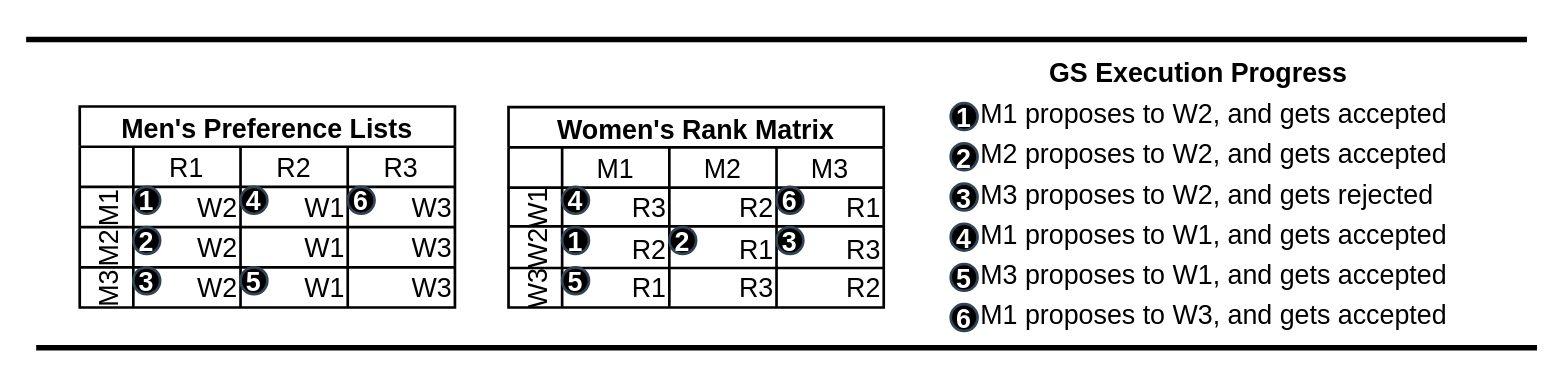
victorliu-sq/BambooSMP-Figures keeps this draw.io diagram as GSExecution.drawio. Above is the earlier version. Source tidied: cells renumbered, new cells numbered last; positions are measured from the earlier drawing's top-left corner, leaving out a move shared by most shapes. Both pictures are drawn from the tidied source at 134%, with x=0, y=0 at pixel (25, 39).
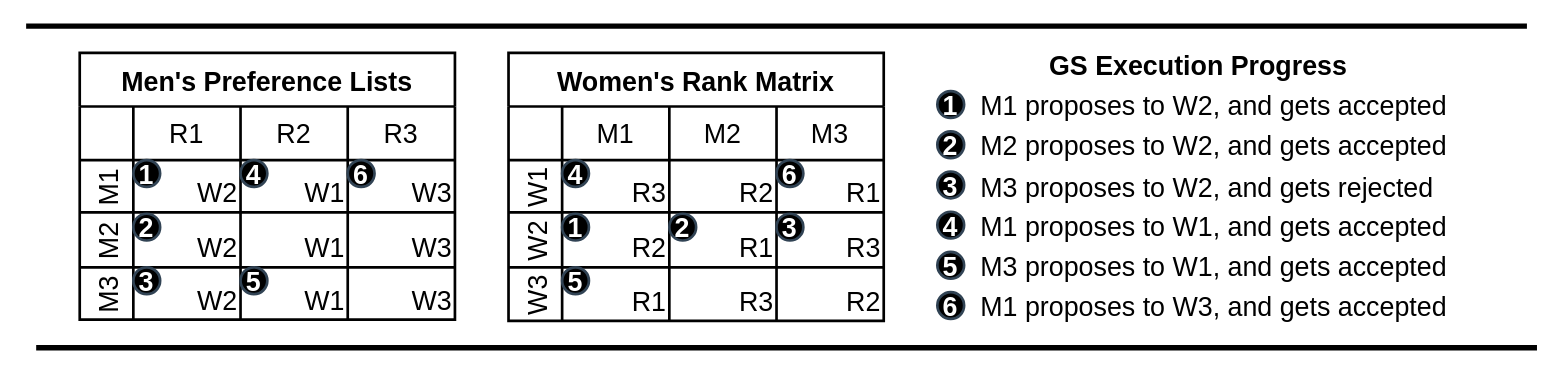
After the change.

Change to the diagram source:
```diff
@@
-    <mxCell id="2" value="Men's Preference Lists" style="shape=table;startSize=30;childLayout=tableLayout;resizeLastRow=0;fontStyle=1;fontSize=20;strokeWidth=2;" parent="1" vertex="1">
-      <mxGeometry x="40" y="50" width="280" height="150" as="geometry" />
+    <mxCell id="2" value="Men's Preference Lists" style="shape=table;startSize=40;childLayout=tableLayout;resizeLastRow=0;fontStyle=1;fontSize=20;strokeWidth=2;" parent="1" vertex="1">
+      <mxGeometry x="40" y="10" width="280" height="199" as="geometry" />
     </mxCell>
     <mxCell id="3" style="shape=tableRow;horizontal=0;startSize=40;swimlaneHead=0;swimlaneBody=0;strokeColor=inherit;top=0;left=0;bottom=0;right=0;fillColor=none;fontSize=20;strokeWidth=2;" parent="2" vertex="1">
-      <mxGeometry y="30" width="280" height="30" as="geometry" />
+      <mxGeometry y="40" width="280" height="40" as="geometry" />
     </mxCell>
     <mxCell id="4" value="R1" style="shape=partialRectangle;html=1;whiteSpace=wrap;strokeColor=inherit;overflow=hidden;fillColor=none;top=0;left=0;bottom=0;right=0;fontSize=20;strokeWidth=2;" parent="3" vertex="1">
-      <mxGeometry x="40" width="80" height="30" as="geometry" />
+      <mxGeometry x="40" width="80" height="40" as="geometry" />
     </mxCell>
     <mxCell id="5" value="R2" style="shape=partialRectangle;html=1;whiteSpace=wrap;strokeColor=inherit;overflow=hidden;fillColor=none;top=0;left=0;bottom=0;right=0;fontSize=20;strokeWidth=2;" parent="3" vertex="1">
-      <mxGeometry x="120" width="80" height="30" as="geometry" />
+      <mxGeometry x="120" width="80" height="40" as="geometry" />
     </mxCell>
     <mxCell id="6" value="R3" style="shape=partialRectangle;html=1;whiteSpace=wrap;strokeColor=inherit;overflow=hidden;fillColor=none;top=0;left=0;bottom=0;right=0;strokeWidth=2;fontSize=20;" parent="3" vertex="1">
-      <mxGeometry x="200" width="80" height="30" as="geometry" />
+      <mxGeometry x="200" width="80" height="40" as="geometry" />
     </mxCell>
     <mxCell id="7" value="M1" style="shape=tableRow;horizontal=0;startSize=40;swimlaneHead=0;swimlaneBody=0;strokeColor=inherit;top=0;left=0;bottom=0;right=0;fillColor=none;fontSize=20;strokeWidth=2;" parent="2" vertex="1">
-      <mxGeometry y="60" width="280" height="30" as="geometry" />
+      <mxGeometry y="80" width="280" height="39" as="geometry" />
     </mxCell>
     <mxCell id="8" value="W2" style="shape=partialRectangle;html=1;whiteSpace=wrap;overflow=hidden;top=0;left=0;bottom=0;right=0;strokeColor=default;fillColor=none;fontSize=20;strokeWidth=2;verticalAlign=bottom;align=right;" parent="7" vertex="1">
-      <mxGeometry x="40" width="80" height="30" as="geometry" />
+      <mxGeometry x="40" width="80" height="39" as="geometry" />
     </mxCell>
     <mxCell id="9" value="W1" style="shape=partialRectangle;html=1;whiteSpace=wrap;overflow=hidden;top=0;left=0;bottom=0;right=0;fillColor=none;labelBackgroundColor=none;labelBorderColor=none;strokeColor=default;shadow=0;backgroundOutline=0;fontSize=20;strokeWidth=2;verticalAlign=bottom;align=right;" parent="7" vertex="1">
-      <mxGeometry x="120" width="80" height="30" as="geometry" />
+      <mxGeometry x="120" width="80" height="39" as="geometry" />
     </mxCell>
     <mxCell id="10" value="W3" style="shape=partialRectangle;html=1;whiteSpace=wrap;overflow=hidden;top=0;left=0;bottom=0;right=0;fillColor=none;fontSize=20;strokeWidth=2;verticalAlign=bottom;align=right;" parent="7" vertex="1">
-      <mxGeometry x="200" width="80" height="30" as="geometry" />
+      <mxGeometry x="200" width="80" height="39" as="geometry" />
     </mxCell>
     <mxCell id="11" value="M2" style="shape=tableRow;horizontal=0;startSize=40;swimlaneHead=0;swimlaneBody=0;strokeColor=inherit;top=0;left=0;bottom=0;right=0;fillColor=none;fontSize=20;strokeWidth=2;" parent="2" vertex="1">
-      <mxGeometry y="90" width="280" height="30" as="geometry" />
+      <mxGeometry y="119" width="280" height="41" as="geometry" />
     </mxCell>
     <mxCell id="12" value="W2" style="shape=partialRectangle;html=1;whiteSpace=wrap;overflow=hidden;top=0;left=0;bottom=0;right=0;strokeOpacity=100;fillColor=none;fontSize=20;strokeWidth=2;verticalAlign=bottom;align=right;" parent="11" vertex="1">
-      <mxGeometry x="40" width="80" height="30" as="geometry" />
+      <mxGeometry x="40" width="80" height="41" as="geometry" />
     </mxCell>
     <mxCell id="13" value="W1" style="shape=partialRectangle;html=1;whiteSpace=wrap;strokeColor=inherit;overflow=hidden;fillColor=none;top=0;left=0;bottom=0;right=0;fontSize=20;strokeWidth=2;verticalAlign=bottom;align=right;" parent="11" vertex="1">
-      <mxGeometry x="120" width="80" height="30" as="geometry" />
+      <mxGeometry x="120" width="80" height="41" as="geometry" />
     </mxCell>
     <mxCell id="14" value="W3" style="shape=partialRectangle;html=1;whiteSpace=wrap;strokeColor=inherit;overflow=hidden;fillColor=none;top=0;left=0;bottom=0;right=0;fontSize=20;strokeWidth=2;verticalAlign=bottom;align=right;" parent="11" vertex="1">
-      <mxGeometry x="200" width="80" height="30" as="geometry" />
+      <mxGeometry x="200" width="80" height="41" as="geometry" />
     </mxCell>
     <mxCell id="15" value="M3" style="shape=tableRow;horizontal=0;startSize=40;swimlaneHead=0;swimlaneBody=0;strokeColor=inherit;top=0;left=0;bottom=0;right=0;fillColor=none;fontSize=20;strokeWidth=2;" parent="2" vertex="1">
-      <mxGeometry y="120" width="280" height="30" as="geometry" />
+      <mxGeometry y="160" width="280" height="39" as="geometry" />
     </mxCell>
     <mxCell id="16" value="W2" style="shape=partialRectangle;html=1;whiteSpace=wrap;overflow=hidden;top=0;left=0;bottom=0;right=0;fillColor=none;fontSize=20;strokeWidth=2;verticalAlign=bottom;align=right;" parent="15" vertex="1">
-      <mxGeometry x="40" width="80" height="30" as="geometry" />
+      <mxGeometry x="40" width="80" height="39" as="geometry" />
     </mxCell>
     <mxCell id="17" value="W1" style="shape=partialRectangle;html=1;whiteSpace=wrap;overflow=hidden;top=0;left=0;bottom=0;right=0;fillColor=none;fontSize=20;strokeWidth=2;verticalAlign=bottom;align=right;" parent="15" vertex="1">
-      <mxGeometry x="120" width="80" height="30" as="geometry" />
+      <mxGeometry x="120" width="80" height="39" as="geometry" />
     </mxCell>
     <mxCell id="18" value="W3" style="shape=partialRectangle;html=1;whiteSpace=wrap;strokeColor=inherit;overflow=hidden;fillColor=none;top=0;left=0;bottom=0;right=0;fontSize=20;strokeWidth=2;verticalAlign=bottom;align=right;" parent="15" vertex="1">
-      <mxGeometry x="200" width="80" height="30" as="geometry" />
+      <mxGeometry x="200" width="80" height="39" as="geometry" />
     </mxCell>
-    <mxCell id="19" value="Women's Rank Matrix" style="shape=table;startSize=30;childLayout=tableLayout;resizeLastRow=0;fontStyle=1;fontSize=20;strokeWidth=2;" parent="1" vertex="1">
-      <mxGeometry x="360" y="50.5" width="280" height="149.5" as="geometry" />
+    <mxCell id="19" value="Women's Rank Matrix" style="shape=table;startSize=40;childLayout=tableLayout;resizeLastRow=0;fontStyle=1;fontSize=20;strokeWidth=2;" parent="1" vertex="1">
+      <mxGeometry x="360" y="10" width="280" height="200" as="geometry" />
     </mxCell>
     <mxCell id="20" style="shape=tableRow;horizontal=0;startSize=40;swimlaneHead=0;swimlaneBody=0;strokeColor=inherit;top=0;left=0;bottom=0;right=0;fillColor=none;fontSize=20;strokeWidth=2;" parent="19" vertex="1">
-      <mxGeometry y="30" width="280" height="30" as="geometry" />
+      <mxGeometry y="40" width="280" height="40" as="geometry" />
     </mxCell>
     <mxCell id="21" value="M1" style="shape=partialRectangle;html=1;whiteSpace=wrap;strokeColor=inherit;overflow=hidden;fillColor=none;top=0;left=0;bottom=0;right=0;fontSize=20;strokeWidth=2;" parent="20" vertex="1">
-      <mxGeometry x="40" width="80" height="30" as="geometry" />
+      <mxGeometry x="40" width="80" height="40" as="geometry" />
     </mxCell>
     <mxCell id="22" value="M2" style="shape=partialRectangle;html=1;whiteSpace=wrap;strokeColor=inherit;overflow=hidden;fillColor=none;top=0;left=0;bottom=0;right=0;fontSize=20;strokeWidth=2;" parent="20" vertex="1">
-      <mxGeometry x="120" width="80" height="30" as="geometry" />
+      <mxGeometry x="120" width="80" height="40" as="geometry" />
     </mxCell>
     <mxCell id="23" value="M3" style="shape=partialRectangle;html=1;whiteSpace=wrap;strokeColor=inherit;overflow=hidden;fillColor=none;top=0;left=0;bottom=0;right=0;strokeWidth=2;fontSize=20;" parent="20" vertex="1">
-      <mxGeometry x="200" width="80" height="30" as="geometry" />
+      <mxGeometry x="200" width="80" height="40" as="geometry" />
     </mxCell>
     <mxCell id="24" value="W1" style="shape=tableRow;horizontal=0;startSize=40;swimlaneHead=0;swimlaneBody=0;strokeColor=inherit;top=0;left=0;bottom=0;right=0;fillColor=none;fontSize=20;strokeWidth=2;" parent="19" vertex="1">
-      <mxGeometry y="60" width="280" height="29" as="geometry" />
+      <mxGeometry y="80" width="280" height="39" as="geometry" />
     </mxCell>
     <mxCell id="25" value="R3" style="shape=partialRectangle;html=1;whiteSpace=wrap;strokeColor=inherit;overflow=hidden;fillColor=none;top=0;left=0;bottom=0;right=0;fontSize=20;strokeWidth=2;verticalAlign=bottom;align=right;" parent="24" vertex="1">
-      <mxGeometry x="40" width="80" height="29" as="geometry" />
+      <mxGeometry x="40" width="80" height="39" as="geometry" />
     </mxCell>
     <mxCell id="26" value="R2" style="shape=partialRectangle;html=1;whiteSpace=wrap;strokeColor=inherit;overflow=hidden;fillColor=none;top=0;left=0;bottom=0;right=0;fontSize=20;strokeWidth=2;verticalAlign=bottom;align=right;" parent="24" vertex="1">
-      <mxGeometry x="120" width="80" height="29" as="geometry" />
+      <mxGeometry x="120" width="80" height="39" as="geometry" />
     </mxCell>
     <mxCell id="27" value="R1" style="shape=partialRectangle;html=1;whiteSpace=wrap;strokeColor=inherit;overflow=hidden;fillColor=none;top=0;left=0;bottom=0;right=0;fontSize=20;strokeWidth=2;verticalAlign=bottom;align=right;" parent="24" vertex="1">
-      <mxGeometry x="200" width="80" height="29" as="geometry" />
+      <mxGeometry x="200" width="80" height="39" as="geometry" />
     </mxCell>
     <mxCell id="28" value="W2" style="shape=tableRow;horizontal=0;startSize=40;swimlaneHead=0;swimlaneBody=0;strokeColor=inherit;top=0;left=0;bottom=0;right=0;fillColor=none;fontSize=20;strokeWidth=2;" parent="19" vertex="1">
-      <mxGeometry y="89" width="280" height="31" as="geometry" />
+      <mxGeometry y="119" width="280" height="41" as="geometry" />
     </mxCell>
     <mxCell id="29" value="R2" style="shape=partialRectangle;html=1;whiteSpace=wrap;strokeColor=inherit;overflow=hidden;fillColor=none;top=0;left=0;bottom=0;right=0;fontSize=20;strokeWidth=2;verticalAlign=bottom;align=right;" parent="28" vertex="1">
-      <mxGeometry x="40" width="80" height="31" as="geometry" />
+      <mxGeometry x="40" width="80" height="41" as="geometry" />
     </mxCell>
     <mxCell id="30" value="R1" style="shape=partialRectangle;html=1;whiteSpace=wrap;strokeColor=inherit;overflow=hidden;fillColor=none;top=0;left=0;bottom=0;right=0;fontSize=20;strokeWidth=2;verticalAlign=bottom;align=right;" parent="28" vertex="1">
-      <mxGeometry x="120" width="80" height="31" as="geometry" />
+      <mxGeometry x="120" width="80" height="41" as="geometry" />
     </mxCell>
     <mxCell id="31" value="R3" style="shape=partialRectangle;html=1;whiteSpace=wrap;strokeColor=inherit;overflow=hidden;fillColor=none;top=0;left=0;bottom=0;right=0;fontSize=20;strokeWidth=2;verticalAlign=bottom;align=right;" parent="28" vertex="1">
-      <mxGeometry x="200" width="80" height="31" as="geometry" />
+      <mxGeometry x="200" width="80" height="41" as="geometry" />
     </mxCell>
     <mxCell id="32" value="W3" style="shape=tableRow;horizontal=0;startSize=40;swimlaneHead=0;swimlaneBody=0;strokeColor=inherit;top=0;left=0;bottom=0;right=0;fillColor=none;fontSize=20;strokeWidth=2;" parent="19" vertex="1">
-      <mxGeometry y="120" width="280" height="29" as="geometry" />
+      <mxGeometry y="160" width="280" height="40" as="geometry" />
     </mxCell>
     <mxCell id="33" value="R1" style="shape=partialRectangle;html=1;whiteSpace=wrap;strokeColor=inherit;overflow=hidden;fillColor=none;top=0;left=0;bottom=0;right=0;fontSize=20;strokeWidth=2;verticalAlign=bottom;align=right;" parent="32" vertex="1">
-      <mxGeometry x="40" width="80" height="29" as="geometry" />
+      <mxGeometry x="40" width="80" height="40" as="geometry" />
     </mxCell>
     <mxCell id="34" value="R3" style="shape=partialRectangle;html=1;whiteSpace=wrap;strokeColor=inherit;overflow=hidden;fillColor=none;top=0;left=0;bottom=0;right=0;fontSize=20;strokeWidth=2;verticalAlign=bottom;align=right;" parent="32" vertex="1">
-      <mxGeometry x="120" width="80" height="29" as="geometry" />
+      <mxGeometry x="120" width="80" height="40" as="geometry" />
     </mxCell>
     <mxCell id="35" value="R2" style="shape=partialRectangle;html=1;whiteSpace=wrap;strokeColor=inherit;overflow=hidden;fillColor=none;top=0;left=0;bottom=0;right=0;fontSize=20;strokeWidth=2;verticalAlign=bottom;align=right;" parent="32" vertex="1">
-      <mxGeometry x="200" width="80" height="29" as="geometry" />
+      <mxGeometry x="200" width="80" height="40" as="geometry" />
     </mxCell>
     <mxCell id="36" value="1" style="ellipse;whiteSpace=wrap;html=1;strokeColor=#314354;align=center;verticalAlign=middle;fontFamily=Helvetica;fontSize=20;fillColor=#000000;fontColor=#ffffff;fontStyle=1;strokeWidth=2;" parent="1" vertex="1">
-      <mxGeometry x="690" y="47.5" width="20" height="20" as="geometry" />
+      <mxGeometry x="680" y="38.5" width="20" height="20" as="geometry" />
     </mxCell>
     <mxCell id="37" value="2" style="ellipse;whiteSpace=wrap;html=1;strokeColor=#314354;align=center;verticalAlign=middle;fontFamily=Helvetica;fontSize=20;fillColor=#000000;fontColor=#ffffff;fontStyle=1;strokeWidth=2;" parent="1" vertex="1">
-      <mxGeometry x="690" y="77.5" width="20" height="20" as="geometry" />
+      <mxGeometry x="680" y="68.5" width="20" height="20" as="geometry" />
     </mxCell>
     <mxCell id="38" value="3" style="ellipse;whiteSpace=wrap;html=1;strokeColor=#314354;align=center;verticalAlign=middle;fontFamily=Helvetica;fontSize=20;fillColor=#000000;fontColor=#ffffff;fontStyle=1;strokeWidth=2;" parent="1" vertex="1">
-      <mxGeometry x="690" y="107.5" width="20" height="20" as="geometry" />
+      <mxGeometry x="680" y="98.5" width="20" height="20" as="geometry" />
     </mxCell>
     <mxCell id="39" value="4" style="ellipse;whiteSpace=wrap;html=1;strokeColor=#314354;align=center;verticalAlign=middle;fontFamily=Helvetica;fontSize=20;fillColor=#000000;fontColor=#ffffff;fontStyle=1;strokeWidth=2;" parent="1" vertex="1">
-      <mxGeometry x="690" y="137.5" width="20" height="20" as="geometry" />
+      <mxGeometry x="680" y="128.5" width="20" height="20" as="geometry" />
     </mxCell>
     <mxCell id="40" value="5" style="ellipse;whiteSpace=wrap;html=1;strokeColor=#314354;align=center;verticalAlign=middle;fontFamily=Helvetica;fontSize=20;fillColor=#000000;fontColor=#ffffff;fontStyle=1;strokeWidth=2;" parent="1" vertex="1">
-      <mxGeometry x="690" y="167.5" width="20" height="20" as="geometry" />
+      <mxGeometry x="680" y="158.5" width="20" height="20" as="geometry" />
     </mxCell>
     <mxCell id="41" value="6" style="ellipse;whiteSpace=wrap;html=1;strokeColor=#314354;align=center;verticalAlign=middle;fontFamily=Helvetica;fontSize=20;fillColor=#000000;fontColor=#ffffff;fontStyle=1;strokeWidth=2;" parent="1" vertex="1">
-      <mxGeometry x="690" y="197.5" width="20" height="20" as="geometry" />
+      <mxGeometry x="680" y="188.5" width="20" height="20" as="geometry" />
     </mxCell>
     <mxCell id="42" value="&lt;h1 style=&quot;font-size: 20px;&quot;&gt;&lt;span style=&quot;font-size: 20px; font-weight: 400;&quot;&gt;&amp;nbsp;M1 proposes to W2, and gets accepted&lt;/span&gt;&lt;/h1&gt;" style="text;strokeColor=none;align=left;fillColor=none;html=1;verticalAlign=middle;whiteSpace=wrap;rounded=0;fontFamily=Helvetica;fontSize=20;fontColor=default;" parent="1" vertex="1">
-      <mxGeometry x="705" y="40" width="405" height="30" as="geometry" />
+      <mxGeometry x="705" y="33.5" width="405" height="30" as="geometry" />
     </mxCell>
     <mxCell id="43" value="&lt;h1 style=&quot;font-size: 20px;&quot;&gt;&lt;span style=&quot;font-size: 20px; font-weight: 400;&quot;&gt;&amp;nbsp;M2 proposes to W2, and gets accepted&lt;/span&gt;&lt;/h1&gt;" style="text;strokeColor=none;align=left;fillColor=none;html=1;verticalAlign=middle;whiteSpace=wrap;rounded=0;fontFamily=Helvetica;fontSize=20;fontColor=default;" parent="1" vertex="1">
-      <mxGeometry x="705" y="70" width="365" height="30" as="geometry" />
+      <mxGeometry x="705" y="63.5" width="365" height="30" as="geometry" />
     </mxCell>
     <mxCell id="44" value="&lt;h1 style=&quot;font-size: 20px;&quot;&gt;&lt;span style=&quot;font-size: 20px; font-weight: 400;&quot;&gt;&amp;nbsp;M3 proposes to W2, and gets rejected&lt;/span&gt;&lt;/h1&gt;" style="text;strokeColor=none;align=left;fillColor=none;html=1;verticalAlign=middle;whiteSpace=wrap;rounded=0;fontFamily=Helvetica;fontSize=20;fontColor=default;" parent="1" vertex="1">
-      <mxGeometry x="705" y="100" width="365" height="30" as="geometry" />
+      <mxGeometry x="705" y="95" width="365" height="30" as="geometry" />
     </mxCell>
     <mxCell id="45" value="&lt;h1 style=&quot;font-size: 20px;&quot;&gt;&lt;span style=&quot;font-size: 20px; font-weight: 400;&quot;&gt;&amp;nbsp;M1 proposes to W1, and gets accepted&lt;/span&gt;&lt;/h1&gt;" style="text;strokeColor=none;align=left;fillColor=none;html=1;verticalAlign=middle;whiteSpace=wrap;rounded=0;fontFamily=Helvetica;fontSize=20;fontColor=default;" parent="1" vertex="1">
-      <mxGeometry x="705" y="130" width="365" height="30" as="geometry" />
+      <mxGeometry x="705" y="123.5" width="365" height="30" as="geometry" />
     </mxCell>
     <mxCell id="46" value="&lt;h1 style=&quot;font-size: 20px;&quot;&gt;&lt;span style=&quot;font-size: 20px; font-weight: 400;&quot;&gt;&amp;nbsp;M3 proposes to W1, and gets accepted&lt;/span&gt;&lt;/h1&gt;" style="text;strokeColor=none;align=left;fillColor=none;html=1;verticalAlign=middle;whiteSpace=wrap;rounded=0;fontFamily=Helvetica;fontSize=20;fontColor=default;" parent="1" vertex="1">
-      <mxGeometry x="705" y="160" width="365" height="30" as="geometry" />
+      <mxGeometry x="705" y="153.5" width="365" height="30" as="geometry" />
     </mxCell>
     <mxCell id="47" value="&lt;h1 style=&quot;font-size: 20px;&quot;&gt;&lt;span style=&quot;font-size: 20px; font-weight: 400;&quot;&gt;&amp;nbsp;M1 proposes to W3, and gets accepted&lt;/span&gt;&lt;/h1&gt;" style="text;strokeColor=none;align=left;fillColor=none;html=1;verticalAlign=middle;whiteSpace=wrap;rounded=0;fontFamily=Helvetica;fontSize=20;fontColor=default;" parent="1" vertex="1">
-      <mxGeometry x="705" y="190" width="365" height="30" as="geometry" />
+      <mxGeometry x="705" y="183.5" width="365" height="30" as="geometry" />
     </mxCell>
     <mxCell id="48" value="&lt;h1 style=&quot;font-size: 20px;&quot;&gt;&lt;span style=&quot;font-size: 20px;&quot;&gt;GS Execution Progress&lt;/span&gt;&lt;/h1&gt;" style="text;strokeColor=none;align=center;fillColor=none;html=1;verticalAlign=middle;whiteSpace=wrap;rounded=0;fontFamily=Helvetica;fontSize=20;fontColor=default;fontStyle=1;" parent="1" vertex="1">
-      <mxGeometry x="760" y="9" width="230" height="30" as="geometry" />
+      <mxGeometry x="760" y="4" width="230" height="30" as="geometry" />
     </mxCell>
     <mxCell id="49" value="1" style="ellipse;whiteSpace=wrap;html=1;strokeColor=#314354;align=center;verticalAlign=middle;fontFamily=Helvetica;fontSize=20;fillColor=#000000;fontColor=#ffffff;fontStyle=1;strokeWidth=2;" parent="1" vertex="1">
-      <mxGeometry x="80" y="110" width="20" height="20" as="geometry" />
+      <mxGeometry x="80" y="90" width="20" height="20" as="geometry" />
     </mxCell>
     <mxCell id="50" value="2" style="ellipse;whiteSpace=wrap;html=1;strokeColor=#314354;align=center;verticalAlign=middle;fontFamily=Helvetica;fontSize=20;fillColor=#000000;fontColor=#ffffff;fontStyle=1;strokeWidth=2;" parent="1" vertex="1">
-      <mxGeometry x="80" y="140" width="20" height="20" as="geometry" />
+      <mxGeometry x="80" y="130" width="20" height="20" as="geometry" />
     </mxCell>
@@
     <mxCell id="52" value="4" style="ellipse;whiteSpace=wrap;html=1;strokeColor=#314354;align=center;verticalAlign=middle;fontFamily=Helvetica;fontSize=20;fillColor=#000000;fontColor=#ffffff;fontStyle=1;strokeWidth=2;" parent="1" vertex="1">
-      <mxGeometry x="160" y="110" width="20" height="20" as="geometry" />
+      <mxGeometry x="160" y="90" width="20" height="20" as="geometry" />
     </mxCell>
@@
     <mxCell id="54" value="6" style="ellipse;whiteSpace=wrap;html=1;strokeColor=#314354;align=center;verticalAlign=middle;fontFamily=Helvetica;fontSize=20;fillColor=#000000;fontColor=#ffffff;fontStyle=1;strokeWidth=2;" parent="1" vertex="1">
-      <mxGeometry x="240" y="110" width="20" height="20" as="geometry" />
+      <mxGeometry x="240" y="90" width="20" height="20" as="geometry" />
     </mxCell>
     <mxCell id="55" value="1" style="ellipse;whiteSpace=wrap;html=1;strokeColor=#314354;align=center;verticalAlign=middle;fontFamily=Helvetica;fontSize=20;fillColor=#000000;fontColor=#ffffff;fontStyle=1;strokeWidth=2;" parent="1" vertex="1">
-      <mxGeometry x="400" y="140" width="20" height="20" as="geometry" />
+      <mxGeometry x="400" y="130" width="20" height="20" as="geometry" />
     </mxCell>
     <mxCell id="56" value="2" style="ellipse;whiteSpace=wrap;html=1;strokeColor=#314354;align=center;verticalAlign=middle;fontFamily=Helvetica;fontSize=20;fillColor=#000000;fontColor=#ffffff;fontStyle=1;strokeWidth=2;" parent="1" vertex="1">
-      <mxGeometry x="480" y="140" width="20" height="20" as="geometry" />
+      <mxGeometry x="480" y="130" width="20" height="20" as="geometry" />
     </mxCell>
     <mxCell id="57" value="3" style="ellipse;whiteSpace=wrap;html=1;strokeColor=#314354;align=center;verticalAlign=middle;fontFamily=Helvetica;fontSize=20;fillColor=#000000;fontColor=#ffffff;fontStyle=1;spacing=0;strokeWidth=2;" parent="1" vertex="1">
-      <mxGeometry x="560" y="140" width="20" height="20" as="geometry" />
+      <mxGeometry x="560" y="130" width="20" height="20" as="geometry" />
     </mxCell>
     <mxCell id="58" value="6" style="ellipse;whiteSpace=wrap;html=1;strokeColor=#314354;align=center;verticalAlign=middle;fontFamily=Helvetica;fontSize=20;fillColor=#000000;fontColor=#ffffff;fontStyle=1;strokeWidth=2;" parent="1" vertex="1">
-      <mxGeometry x="560" y="110" width="20" height="20" as="geometry" />
+      <mxGeometry x="560" y="90" width="20" height="20" as="geometry" />
     </mxCell>
@@
     <mxCell id="60" value="4" style="ellipse;whiteSpace=wrap;html=1;strokeColor=#314354;align=center;verticalAlign=middle;fontFamily=Helvetica;fontSize=20;fillColor=#000000;fontColor=#ffffff;fontStyle=1;strokeWidth=2;" parent="1" vertex="1">
-      <mxGeometry x="400" y="110" width="20" height="20" as="geometry" />
+      <mxGeometry x="400" y="90" width="20" height="20" as="geometry" />
     </mxCell>
     <mxCell id="61" style="endArrow=none;html=1;rounded=0;strokeWidth=4;" parent="1" edge="1">
       <mxGeometry relative="1" as="geometry">
-        <mxPoint as="sourcePoint" />
-        <mxPoint x="1120" as="targetPoint" />
+        <mxPoint y="-10" as="sourcePoint" />
+        <mxPoint x="1120" y="-10" as="targetPoint" />
       </mxGeometry>
     </mxCell>
```
